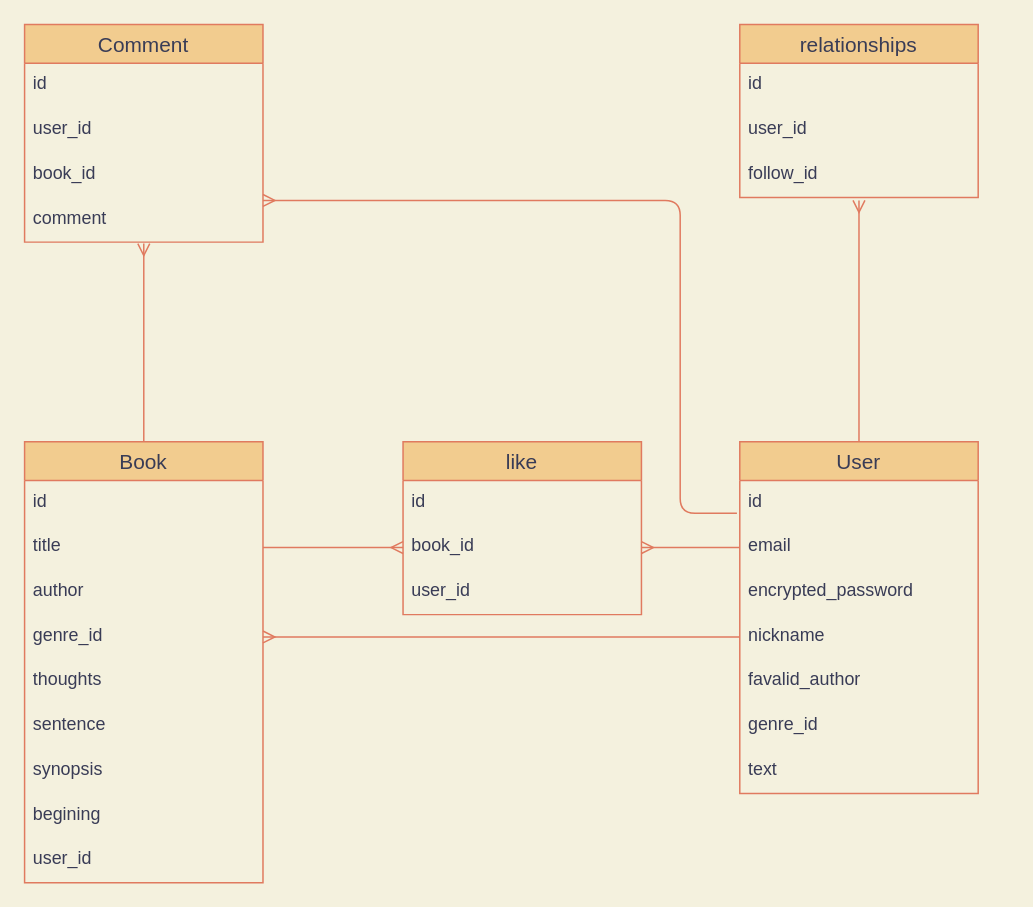
Above: books-passage.dio in maki0sato/books-passage (draw.io), before the change. Source tidied: cells renumbered, new cells numbered last; positions are measured from the earlier drawing's top-left corner, leaving out a move shared by most shapes. Both pictures are drawn from the tidied source at 149%, with x=0, y=0 at pixel (24, 24).
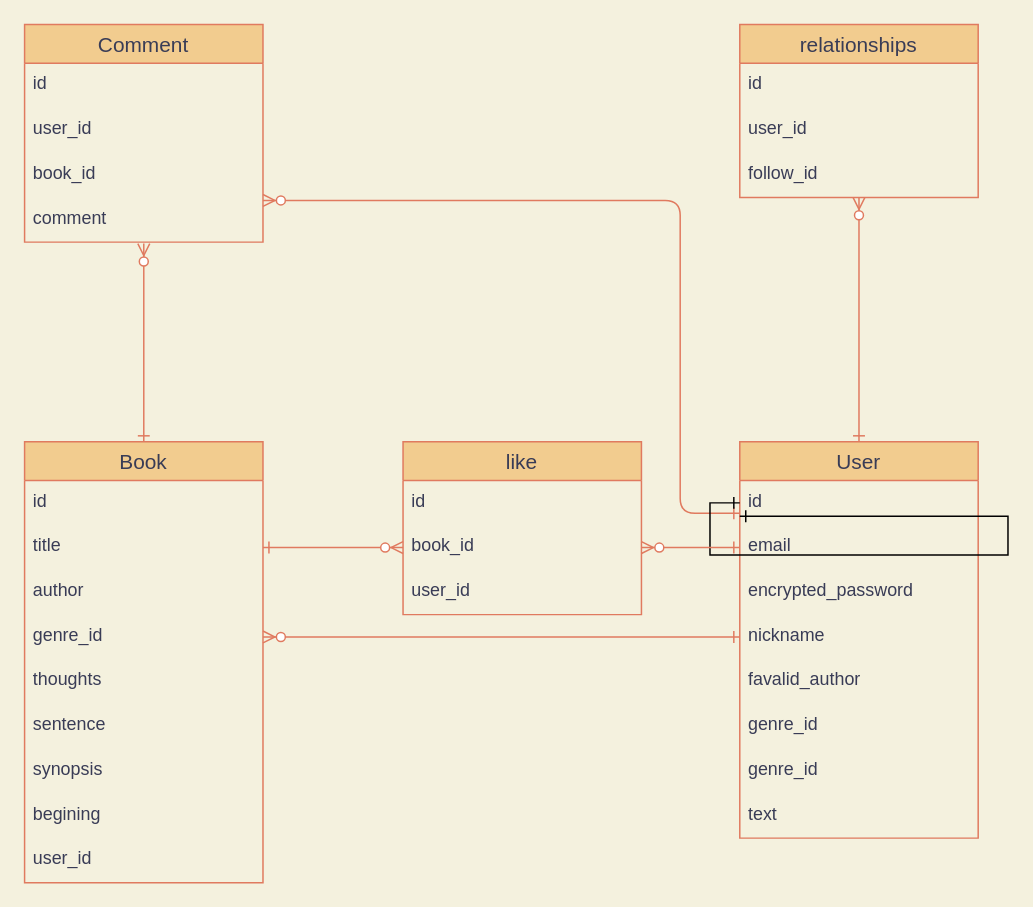
The same diagram, later.

Unchanged cells that the change refers to:
```xml
<mxCell id="5" value="id" style="text;strokeColor=none;fillColor=none;spacingLeft=4;spacingRight=4;overflow=hidden;points=[[0,0.5],[1,0.5]];portConstraint=eastwest;fontSize=12;fontColor=#393C56;" parent="4" vertex="1">
  <mxGeometry y="26" width="160" height="30" as="geometry" />
</mxCell>
<mxCell id="6" value="email" style="text;strokeColor=none;fillColor=none;spacingLeft=4;spacingRight=4;overflow=hidden;points=[[0,0.5],[1,0.5]];portConstraint=eastwest;fontSize=12;fontColor=#393C56;" parent="4" vertex="1">
  <mxGeometry y="56" width="160" height="30" as="geometry" />
</mxCell>
<mxCell id="8" value="nickname" style="text;strokeColor=none;fillColor=none;spacingLeft=4;spacingRight=4;overflow=hidden;points=[[0,0.5],[1,0.5]];portConstraint=eastwest;fontSize=12;fontColor=#393C56;" parent="4" vertex="1">
  <mxGeometry y="116" width="160" height="30" as="geometry" />
</mxCell>
<mxCell id="13" value="Book" style="swimlane;fontStyle=0;horizontal=1;startSize=26;align=center;fontSize=14;fillColor=#F2CC8F;strokeColor=#E07A5F;fontColor=#393C56;" parent="1" vertex="1">
  <mxGeometry y="280" width="160" height="296" as="geometry" />
</mxCell>
<mxCell id="15" value="title" style="text;strokeColor=none;fillColor=none;spacingLeft=4;spacingRight=4;overflow=hidden;points=[[0,0.5],[1,0.5]];portConstraint=eastwest;fontSize=12;fontColor=#393C56;" parent="13" vertex="1">
  <mxGeometry y="56" width="160" height="30" as="geometry" />
</mxCell>
<mxCell id="17" value="genre_id" style="text;strokeColor=none;fillColor=none;spacingLeft=4;spacingRight=4;overflow=hidden;points=[[0,0.5],[1,0.5]];portConstraint=eastwest;fontSize=12;fontColor=#393C56;" parent="13" vertex="1">
  <mxGeometry y="116" width="160" height="30" as="geometry" />
</mxCell>
<mxCell id="27" value="comment" style="text;strokeColor=none;fillColor=none;spacingLeft=4;spacingRight=4;overflow=hidden;points=[[0,0.5],[1,0.5]];portConstraint=eastwest;fontSize=12;fontColor=#393C56;" parent="23" vertex="1">
  <mxGeometry y="116" width="160" height="30" as="geometry" />
</mxCell>
<mxCell id="30" value="book_id" style="text;strokeColor=none;fillColor=none;spacingLeft=4;spacingRight=4;overflow=hidden;points=[[0,0.5],[1,0.5]];portConstraint=eastwest;fontSize=12;fontColor=#393C56;" parent="28" vertex="1">
  <mxGeometry y="56" width="160" height="30" as="geometry" />
</mxCell>
<mxCell id="35" value="follow_id" style="text;strokeColor=none;fillColor=none;spacingLeft=4;spacingRight=4;overflow=hidden;points=[[0,0.5],[1,0.5]];portConstraint=eastwest;fontSize=12;fontColor=#393C56;" parent="32" vertex="1">
  <mxGeometry y="86" width="160" height="30" as="geometry" />
</mxCell>
```

Diff of the diagram source:
```diff
@@
-    <mxCell id="2" style="edgeStyle=orthogonalEdgeStyle;curved=0;rounded=1;sketch=0;jettySize=auto;html=1;exitX=0.5;exitY=0;exitDx=0;exitDy=0;entryX=0.5;entryY=1.067;entryDx=0;entryDy=0;entryPerimeter=0;fontColor=#393C56;endArrow=ERmany;endFill=0;strokeColor=#E07A5F;fillColor=#F2CC8F;" parent="1" edge="1" source="4" target="35">
-      <mxGeometry relative="1" as="geometry">
-        <Array as="points">
-          <mxPoint x="560" y="280" />
-          <mxPoint x="560" y="118" />
-        </Array>
-      </mxGeometry>
+    <mxCell id="2" style="edgeStyle=orthogonalEdgeStyle;curved=0;rounded=1;sketch=0;jettySize=auto;html=1;exitX=0.5;exitY=0;exitDx=0;exitDy=0;fontColor=#393C56;endArrow=ERzeroToMany;endFill=1;strokeColor=#E07A5F;fillColor=#F2CC8F;startArrow=ERone;startFill=0;entryX=0.5;entryY=1;entryDx=0;entryDy=0;entryPerimeter=0;" parent="1" edge="1" source="4" target="35">
+      <mxGeometry relative="1" as="geometry" />
     </mxCell>
-    <mxCell id="3" style="edgeStyle=orthogonalEdgeStyle;curved=0;rounded=1;sketch=0;jettySize=auto;html=1;exitX=-0.012;exitY=0.733;exitDx=0;exitDy=0;entryX=1;entryY=0.067;entryDx=0;entryDy=0;entryPerimeter=0;fontColor=#393C56;endArrow=ERmany;endFill=0;strokeColor=#E07A5F;fillColor=#F2CC8F;exitPerimeter=0;" parent="1" edge="1" source="5" target="27">
+    <mxCell id="3" style="edgeStyle=orthogonalEdgeStyle;curved=0;rounded=1;sketch=0;jettySize=auto;html=1;entryX=1;entryY=0.067;entryDx=0;entryDy=0;entryPerimeter=0;fontColor=#393C56;endArrow=ERzeroToMany;endFill=1;strokeColor=#E07A5F;fillColor=#F2CC8F;startArrow=ERone;startFill=0;" parent="1" edge="1" target="27">
       <mxGeometry relative="1" as="geometry">
+        <mxPoint x="480" y="328" as="sourcePoint" />
         <Array as="points">
           <mxPoint x="440" y="328" />
           <mxPoint x="440" y="118" />
         </Array>
       </mxGeometry>
     </mxCell>
     <mxCell id="4" value="User" style="swimlane;fontStyle=0;horizontal=1;startSize=26;align=center;fontSize=14;fillColor=#F2CC8F;strokeColor=#E07A5F;fontColor=#393C56;" parent="1" vertex="1">
-      <mxGeometry x="480" y="280" width="160" height="236" as="geometry" />
+      <mxGeometry x="480" y="280" width="160" height="266" as="geometry" />
     </mxCell>
@@
+    <mxCell id="39" value="genre_id" style="text;strokeColor=none;fillColor=none;spacingLeft=4;spacingRight=4;overflow=hidden;fontSize=12;fontColor=#393C56;" parent="4" vertex="1">
+      <mxGeometry y="176" width="160" height="30" as="geometry" />
+    </mxCell>
     <mxCell id="10" value="genre_id" style="text;strokeColor=none;fillColor=none;spacingLeft=4;spacingRight=4;overflow=hidden;fontSize=12;fontColor=#393C56;" parent="4" vertex="1">
-      <mxGeometry y="176" width="160" height="30" as="geometry" />
+      <mxGeometry y="206" width="160" height="30" as="geometry" />
     </mxCell>
     <mxCell id="11" value="text" style="text;strokeColor=none;fillColor=none;spacingLeft=4;spacingRight=4;overflow=hidden;fontSize=12;fontColor=#393C56;" parent="4" vertex="1">
-      <mxGeometry y="206" width="160" height="30" as="geometry" />
+      <mxGeometry y="236" width="160" height="30" as="geometry" />
     </mxCell>
+    <mxCell id="40" style="edgeStyle=orthogonalEdgeStyle;rounded=0;orthogonalLoop=1;jettySize=auto;html=1;entryX=0;entryY=0.8;entryDx=0;entryDy=0;entryPerimeter=0;startArrow=ERone;startFill=0;endArrow=ERone;endFill=0;" parent="4" edge="1" source="5" target="5">
+      <mxGeometry relative="1" as="geometry" />
+    </mxCell>
-    <mxCell id="12" style="edgeStyle=orthogonalEdgeStyle;curved=0;rounded=1;sketch=0;jettySize=auto;html=1;exitX=0.5;exitY=0;exitDx=0;exitDy=0;fontColor=#393C56;endArrow=ERmany;endFill=0;strokeColor=#E07A5F;fillColor=#F2CC8F;" parent="1" edge="1" source="13">
+    <mxCell id="12" style="edgeStyle=orthogonalEdgeStyle;curved=0;rounded=1;sketch=0;jettySize=auto;html=1;exitX=0.5;exitY=0;exitDx=0;exitDy=0;fontColor=#393C56;endArrow=ERzeroToMany;endFill=1;strokeColor=#E07A5F;fillColor=#F2CC8F;startArrow=ERone;startFill=0;" parent="1" edge="1" source="13">
       <mxGeometry relative="1" as="geometry">
         <mxPoint x="80" y="147" as="targetPoint" />
       </mxGeometry>
     </mxCell>
@@
-    <mxCell id="36" style="edgeStyle=orthogonalEdgeStyle;curved=0;rounded=1;sketch=0;jettySize=auto;html=1;exitX=0;exitY=0.5;exitDx=0;exitDy=0;entryX=1;entryY=0.5;entryDx=0;entryDy=0;fontColor=#393C56;endArrow=ERmany;endFill=0;strokeColor=#E07A5F;fillColor=#F2CC8F;" parent="1" edge="1" source="8" target="17">
+    <mxCell id="36" style="edgeStyle=orthogonalEdgeStyle;curved=0;rounded=1;sketch=0;jettySize=auto;html=1;exitX=0;exitY=0.5;exitDx=0;exitDy=0;entryX=1;entryY=0.5;entryDx=0;entryDy=0;fontColor=#393C56;endArrow=ERzeroToMany;endFill=1;strokeColor=#E07A5F;fillColor=#F2CC8F;startArrow=ERone;startFill=0;" parent="1" edge="1" source="8" target="17">
       <mxGeometry relative="1" as="geometry" />
     </mxCell>
-    <mxCell id="37" style="edgeStyle=orthogonalEdgeStyle;curved=0;rounded=1;sketch=0;jettySize=auto;html=1;exitX=0;exitY=0.5;exitDx=0;exitDy=0;entryX=1;entryY=0.5;entryDx=0;entryDy=0;fontColor=#393C56;endArrow=ERmany;endFill=0;strokeColor=#E07A5F;fillColor=#F2CC8F;" parent="1" edge="1" source="6" target="30">
+    <mxCell id="37" style="edgeStyle=orthogonalEdgeStyle;curved=0;rounded=1;sketch=0;jettySize=auto;html=1;exitX=0;exitY=0.5;exitDx=0;exitDy=0;entryX=1;entryY=0.5;entryDx=0;entryDy=0;fontColor=#393C56;endArrow=ERzeroToMany;endFill=1;strokeColor=#E07A5F;fillColor=#F2CC8F;startArrow=ERone;startFill=0;" parent="1" edge="1" source="6" target="30">
       <mxGeometry relative="1" as="geometry" />
     </mxCell>
-    <mxCell id="38" style="edgeStyle=orthogonalEdgeStyle;curved=0;rounded=1;sketch=0;jettySize=auto;html=1;exitX=1;exitY=0.5;exitDx=0;exitDy=0;entryX=0;entryY=0.5;entryDx=0;entryDy=0;fontColor=#393C56;endArrow=ERmany;endFill=0;strokeColor=#E07A5F;fillColor=#F2CC8F;" parent="1" edge="1" source="15" target="30">
+    <mxCell id="38" style="edgeStyle=orthogonalEdgeStyle;curved=0;rounded=1;sketch=0;jettySize=auto;html=1;exitX=1;exitY=0.5;exitDx=0;exitDy=0;entryX=0;entryY=0.5;entryDx=0;entryDy=0;fontColor=#393C56;endArrow=ERzeroToMany;endFill=1;strokeColor=#E07A5F;fillColor=#F2CC8F;startArrow=ERone;startFill=0;" parent="1" edge="1" source="15" target="30">
       <mxGeometry relative="1" as="geometry" />
     </mxCell>
```
